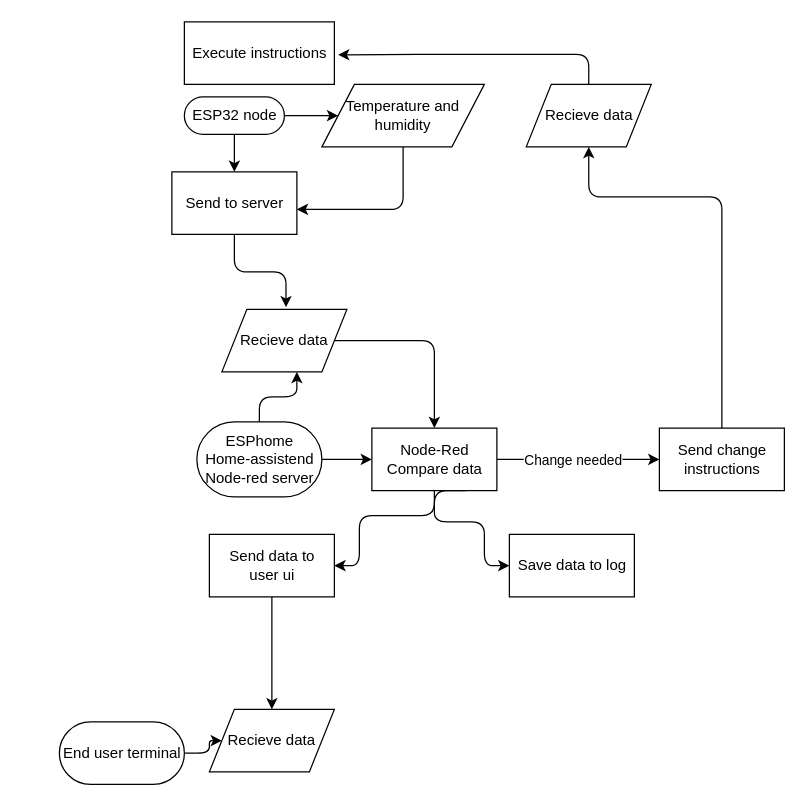
Earlier version of the draw.io diagram Doc/Flowcharts/Mainflow.drawio (The-Game-Breaker/TM_2021-2022_Open-ECOsystem-Control_OECOC). Source tidied: cells renumbered, new cells numbered last; positions are measured from the earlier drawing's top-left corner, leaving out a move shared by most shapes. Both pictures are drawn from the tidied source at 125%, with x=0, y=0 at pixel (59, 21).
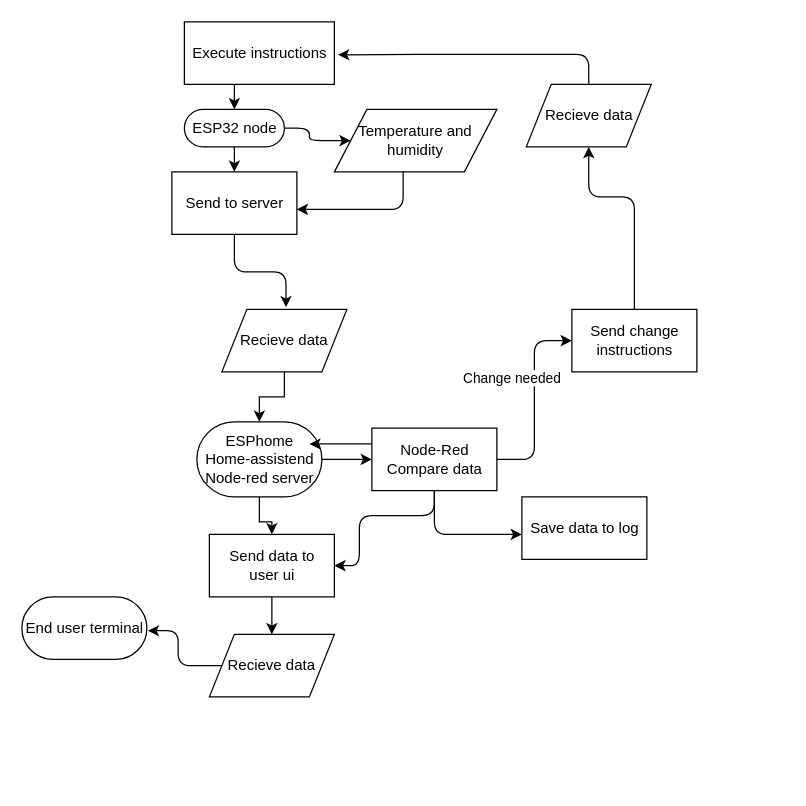
The same page after the edit.

Unchanged cells that the change refers to:
```xml
<mxCell id="11" value="ESPhome &lt;br&gt;Home-assistend &lt;br&gt;Node-red server" style="html=1;dashed=0;whitespace=wrap;shape=mxgraph.dfd.start;" parent="1" vertex="1">
  <mxGeometry x="110" y="320" width="100" height="60" as="geometry" />
</mxCell>
<mxCell id="13" value="Recieve data" style="shape=parallelogram;perimeter=parallelogramPerimeter;whiteSpace=wrap;html=1;dashed=0;" parent="1" vertex="1">
  <mxGeometry x="130" y="230" width="100" height="50" as="geometry" />
</mxCell>
<mxCell id="18" value="Node-Red&lt;br&gt;Compare data" style="html=1;dashed=0;whitespace=wrap;" parent="1" vertex="1">
  <mxGeometry x="250" y="325" width="100" height="50" as="geometry" />
</mxCell>
<mxCell id="22" value="Recieve data" style="shape=parallelogram;perimeter=parallelogramPerimeter;whiteSpace=wrap;html=1;dashed=0;" parent="1" vertex="1">
  <mxGeometry x="373.5" y="50" width="100" height="50" as="geometry" />
</mxCell>
<mxCell id="23" value="Execute instructions" style="html=1;dashed=0;whitespace=wrap;" parent="1" vertex="1">
  <mxGeometry x="100" width="120" height="50" as="geometry" />
</mxCell>
<mxCell id="25" value="Send data to &lt;br&gt;user ui" style="html=1;dashed=0;whitespace=wrap;" parent="1" vertex="1">
  <mxGeometry x="120" y="410" width="100" height="50" as="geometry" />
</mxCell>
```

The edit, as a diff of the source:
```diff
@@
     <mxCell id="4" value="ESP32 node" style="html=1;dashed=0;whitespace=wrap;shape=mxgraph.dfd.start;" parent="1" vertex="1">
-      <mxGeometry x="100" y="60" width="80" height="30" as="geometry" />
+      <mxGeometry x="100" y="70" width="80" height="30" as="geometry" />
     </mxCell>
@@
     <mxCell id="6" value="Temperature and humidity" style="shape=parallelogram;perimeter=parallelogramPerimeter;whiteSpace=wrap;html=1;dashed=0;" parent="1" vertex="1">
-      <mxGeometry x="210" y="50" width="130" height="50" as="geometry" />
+      <mxGeometry x="220" y="70" width="130" height="50" as="geometry" />
     </mxCell>
@@
-    <mxCell id="9" style="edgeStyle=orthogonalEdgeStyle;jettySize=auto;html=1;entryX=0.6;entryY=1;entryDx=0;entryDy=0;entryPerimeter=0;" parent="1" edge="1" source="11" target="13">
-      <mxGeometry relative="1" as="geometry" />
-    </mxCell>
@@
+    <mxCell id="30" style="edgeStyle=orthogonalEdgeStyle;rounded=0;jettySize=auto;html=1;" parent="1" edge="1" source="11" target="25">
+      <mxGeometry relative="1" as="geometry" />
+    </mxCell>
@@
-    <mxCell id="12" style="edgeStyle=orthogonalEdgeStyle;jettySize=auto;html=1;" parent="1" edge="1" source="13" target="18">
-      <mxGeometry relative="1" as="geometry" />
-    </mxCell>
+    <mxCell id="31" style="edgeStyle=orthogonalEdgeStyle;rounded=0;jettySize=auto;html=1;entryX=0.5;entryY=0.5;entryDx=0;entryDy=-30;entryPerimeter=0;" parent="1" edge="1" source="13" target="11">
+      <mxGeometry relative="1" as="geometry" />
+    </mxCell>
@@
+    <mxCell id="32" style="edgeStyle=orthogonalEdgeStyle;rounded=0;jettySize=auto;html=1;exitX=0;exitY=0.25;exitDx=0;exitDy=0;entryX=0.9;entryY=0.295;entryDx=0;entryDy=0;entryPerimeter=0;" parent="1" edge="1" source="18" target="11">
+      <mxGeometry relative="1" as="geometry" />
+    </mxCell>
-    <mxCell id="17" style="edgeStyle=orthogonalEdgeStyle;jettySize=auto;html=1;exitX=0.75;exitY=1;exitDx=0;exitDy=0;entryX=0;entryY=0.5;entryDx=0;entryDy=0;" parent="1" edge="1" source="18" target="26">
-      <mxGeometry relative="1" as="geometry">
-        <Array as="points">
-          <mxPoint x="300" y="375" />
-          <mxPoint x="300" y="400" />
-          <mxPoint x="340" y="400" />
-          <mxPoint x="340" y="435" />
-        </Array>
-      </mxGeometry>
+    <mxCell id="17" style="edgeStyle=orthogonalEdgeStyle;rounded=1;jettySize=auto;html=1;exitX=0.5;exitY=1;exitDx=0;exitDy=0;entryX=0;entryY=0.6;entryDx=0;entryDy=0;entryPerimeter=0;" parent="1" edge="1" source="18" target="26">
+      <mxGeometry relative="1" as="geometry" />
     </mxCell>
@@
-    <mxCell id="19" style="edgeStyle=orthogonalEdgeStyle;jettySize=auto;html=1;entryX=0.5;entryY=1;entryDx=0;entryDy=0;" parent="1" edge="1" source="20" target="22">
+    <mxCell id="19" style="edgeStyle=orthogonalEdgeStyle;jettySize=auto;html=1;entryX=0.5;entryY=1;entryDx=0;entryDy=0;exitX=0.5;exitY=0;exitDx=0;exitDy=0;" parent="1" edge="1" source="20" target="22">
       <mxGeometry relative="1" as="geometry">
         <Array as="points">
-          <mxPoint x="530" y="140" />
+          <mxPoint x="460" y="140" />
           <mxPoint x="424" y="140" />
         </Array>
       </mxGeometry>
     </mxCell>
     <mxCell id="20" value="Send change&lt;br&gt;instructions" style="html=1;dashed=0;whitespace=wrap;" parent="1" vertex="1">
-      <mxGeometry x="480" y="325" width="100" height="50" as="geometry" />
+      <mxGeometry x="410" y="230" width="100" height="50" as="geometry" />
     </mxCell>
@@
+    <mxCell id="33" style="edgeStyle=orthogonalEdgeStyle;rounded=0;jettySize=auto;html=1;exitX=0.5;exitY=1;exitDx=0;exitDy=0;entryX=0.5;entryY=0.5;entryDx=0;entryDy=-15;entryPerimeter=0;" parent="1" edge="1" source="23" target="4">
+      <mxGeometry relative="1" as="geometry" />
+    </mxCell>
@@
     <mxCell id="26" value="Save data to log" style="html=1;dashed=0;whitespace=wrap;" parent="1" vertex="1">
-      <mxGeometry x="360" y="410" width="100" height="50" as="geometry" />
+      <mxGeometry x="370" y="380" width="100" height="50" as="geometry" />
     </mxCell>
-    <mxCell id="27" style="edgeStyle=orthogonalEdgeStyle;jettySize=auto;html=1;entryX=0;entryY=0.5;entryDx=0;entryDy=0;" parent="1" edge="1" source="28" target="29">
-      <mxGeometry relative="1" as="geometry" />
-    </mxCell>
     <mxCell id="28" value="End user terminal" style="html=1;dashed=0;whitespace=wrap;shape=mxgraph.dfd.start;" parent="1" vertex="1">
-      <mxGeometry y="560" width="100" height="50" as="geometry" />
+      <mxGeometry x="-30" y="460" width="100" height="50" as="geometry" />
     </mxCell>
+    <mxCell id="34" style="edgeStyle=orthogonalEdgeStyle;rounded=1;jettySize=auto;html=1;exitX=0;exitY=0.5;exitDx=0;exitDy=0;entryX=1.008;entryY=0.541;entryDx=0;entryDy=0;entryPerimeter=0;" parent="1" edge="1" source="29" target="28">
+      <mxGeometry relative="1" as="geometry" />
+    </mxCell>
     <mxCell id="29" value="Recieve data" style="shape=parallelogram;perimeter=parallelogramPerimeter;whiteSpace=wrap;html=1;dashed=0;" parent="1" vertex="1">
-      <mxGeometry x="120" y="550" width="100" height="50" as="geometry" />
+      <mxGeometry x="120" y="490" width="100" height="50" as="geometry" />
     </mxCell>
```
